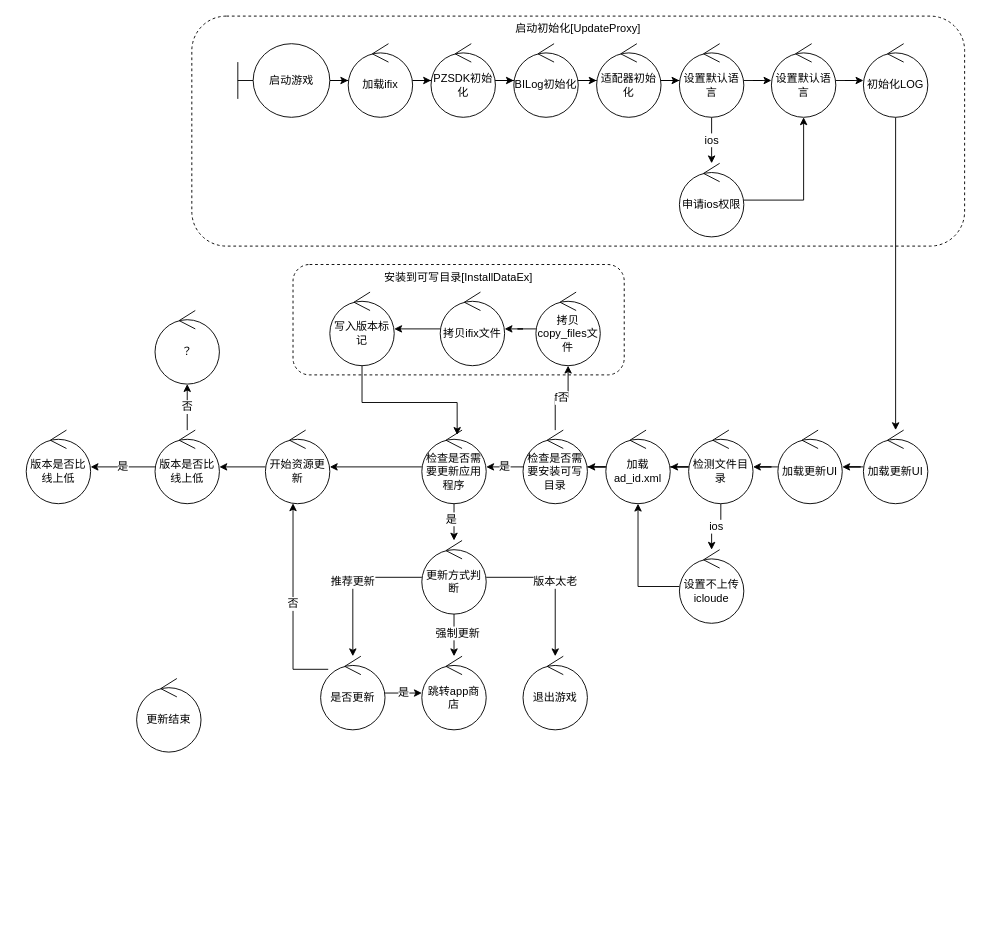
Earlier version of the draw.io diagram 游戏启动流程.drawio (cliang/drawio). Source tidied: cells renumbered, new cells numbered last; positions are measured from the earlier drawing's top-left corner, leaving out a move shared by most shapes. Both pictures are drawn from the tidied source at 92%, with x=0, y=0 at pixel (26, 16).
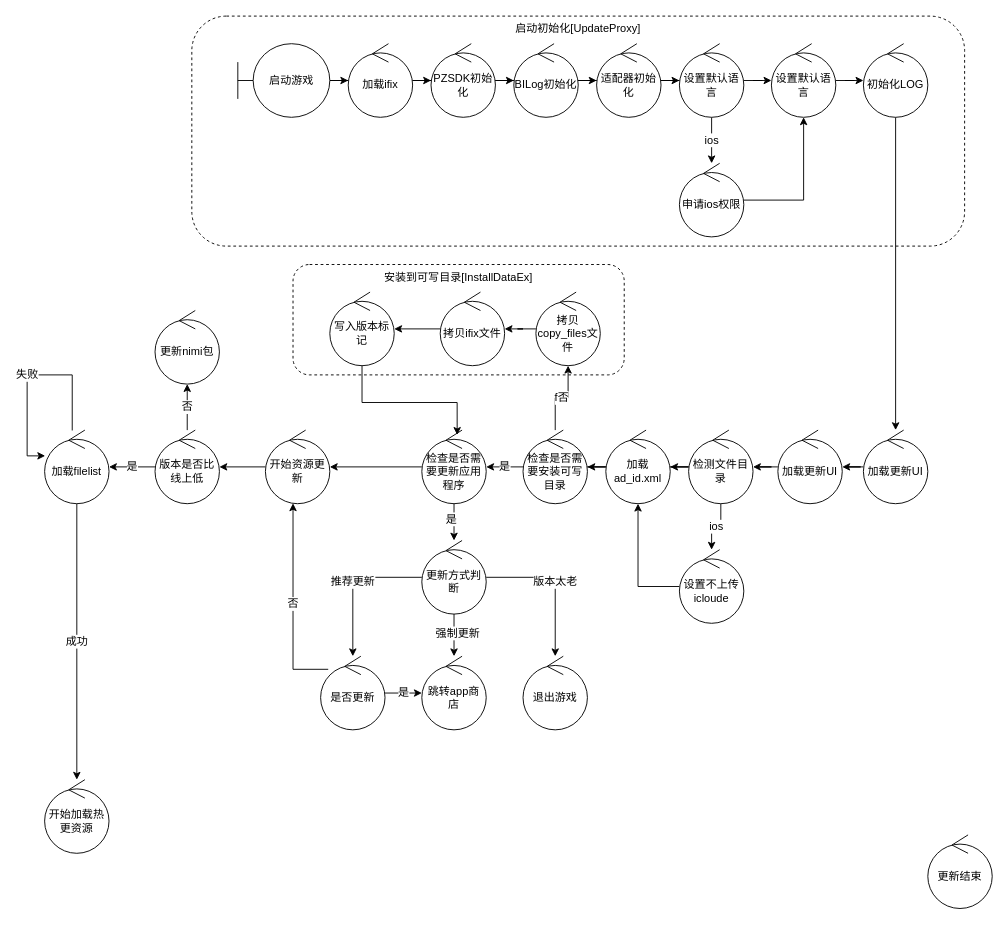
After the change.

Commit message:
更新游戏启动流程.drawio

The edit, as a diff of the source:
```diff
@@
     <mxCell id="24" value="更新结束" style="ellipse;shape=umlControl;whiteSpace=wrap;html=1;fontSize=12;" parent="1" vertex="1">
-      <mxGeometry x="120" y="720" width="70" height="80" as="geometry" />
+      <mxGeometry x="980" y="890" width="70" height="80" as="geometry" />
     </mxCell>
@@
+    <mxCell id="65" value="成功" style="edgeStyle=orthogonalEdgeStyle;rounded=0;jettySize=auto;html=1;fontSize=12;" parent="1" edge="1" source="63" target="67">
+      <mxGeometry relative="1" as="geometry" />
+    </mxCell>
+    <mxCell id="66" value="失败" style="edgeStyle=orthogonalEdgeStyle;rounded=0;orthogonalLoop=1;jettySize=auto;html=1;fontSize=12;entryX=0.009;entryY=0.35;entryDx=0;entryDy=0;entryPerimeter=0;" parent="1" edge="1" source="63" target="63">
+      <mxGeometry relative="1" as="geometry">
+        <Array as="points">
+          <mxPoint x="50" y="390" />
+          <mxPoint x="1" y="390" />
+        </Array>
+      </mxGeometry>
+    </mxCell>
-    <mxCell id="63" value="版本是否比线上低" style="ellipse;shape=umlControl;whiteSpace=wrap;html=1;fontSize=12;" parent="1" vertex="1">
-      <mxGeometry y="450" width="70" height="80" as="geometry" />
+    <mxCell id="63" value="加载filelist" style="ellipse;shape=umlControl;whiteSpace=wrap;html=1;fontSize=12;" parent="1" vertex="1">
+      <mxGeometry x="20" y="450" width="70" height="80" as="geometry" />
     </mxCell>
-    <mxCell id="64" value="？" style="ellipse;shape=umlControl;whiteSpace=wrap;html=1;fontSize=12;" parent="1" vertex="1">
+    <mxCell id="64" value="更新nimi包" style="ellipse;shape=umlControl;whiteSpace=wrap;html=1;fontSize=12;" parent="1" vertex="1">
       <mxGeometry x="140" y="320" width="70" height="80" as="geometry" />
     </mxCell>
+    <mxCell id="67" value="开始加载热更资源" style="ellipse;shape=umlControl;whiteSpace=wrap;html=1;fontSize=12;" parent="1" vertex="1">
+      <mxGeometry x="20" y="830" width="70" height="80" as="geometry" />
+    </mxCell>
```
